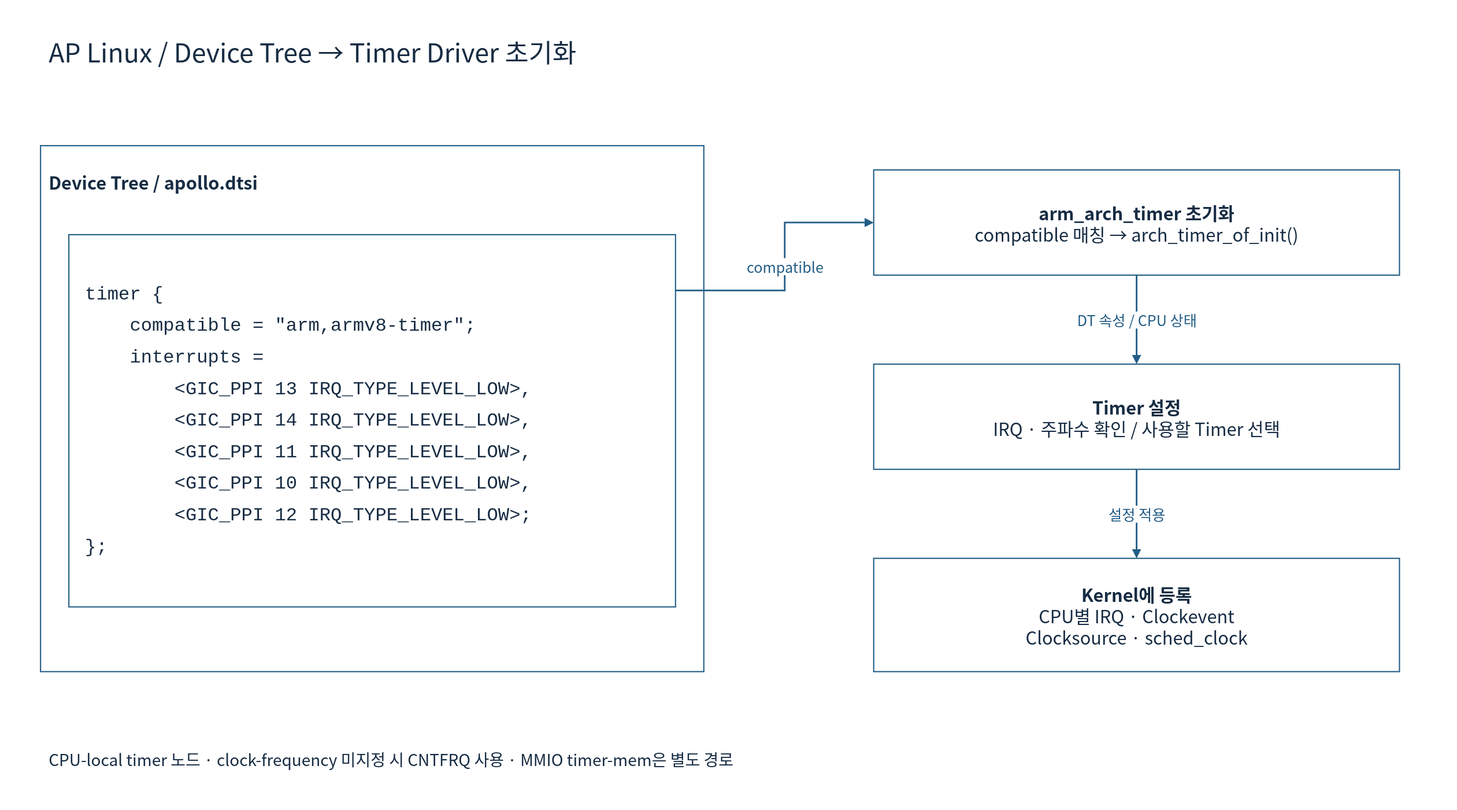
Earlier version of the draw.io export doc/phase1/timer/diagrams/08b-linux-dt-init.drawio.svg (cometzero/project-apollo). Source tidied: cells renumbered, new cells last; positions are measured from the earlier drawing's top-left corner, leaving out a move shared by most shapes. The source it was exported from:
```xml
<mxGraphModel background="#FFFFFF">
  <root>
    <mxCell id="0" />
    <mxCell id="1" parent="0" />
    <mxCell id="2" style="rounded=0;whiteSpace=wrap;html=1;fillColor=#FFFFFF;strokeColor=none;strokeWidth=1.5;fontColor=#172C43;fontFamily=Noto Sans CJK KR;fontSize=22;spacing=10;" parent="1" vertex="1">
      <mxGeometry width="1800" height="1000" as="geometry" />
    </mxCell>
    <mxCell id="3" value="AP Linux / Device Tree → Timer Driver 초기화" style="rounded=0;whiteSpace=wrap;html=1;fillColor=#FFFFFF;strokeColor=none;strokeWidth=1.5;fontColor=#172C43;fontFamily=Noto Sans CJK KR;fontSize=22;spacing=10;fontSize=32;align=left;" parent="1" vertex="1">
      <mxGeometry x="50" y="30" width="1700" height="65" as="geometry" />
    </mxCell>
    <mxCell id="4" value="Device Tree / apollo.dtsi" style="rounded=0;whiteSpace=wrap;html=1;fillColor=#FFFFFF;strokeColor=#235D86;strokeWidth=1.5;fontColor=#172C43;fontFamily=Noto Sans CJK KR;fontSize=22;spacing=10;verticalAlign=top;fontStyle=1;spacingTop=16;align=left;" parent="1" vertex="1">
      <mxGeometry x="50" y="180" width="820" height="650" as="geometry" />
    </mxCell>
    <mxCell id="5" value="&lt;pre style=&quot;margin:0;font-family:monospace;line-height:1.7;&quot;&gt;timer {&#10;    compatible = &amp;quot;arm,armv8-timer&amp;quot;;&#10;    interrupts =&#10;        &amp;lt;GIC_PPI 13 IRQ_TYPE_LEVEL_LOW&amp;gt;,&#10;        &amp;lt;GIC_PPI 14 IRQ_TYPE_LEVEL_LOW&amp;gt;,&#10;        &amp;lt;GIC_PPI 11 IRQ_TYPE_LEVEL_LOW&amp;gt;,&#10;        &amp;lt;GIC_PPI 10 IRQ_TYPE_LEVEL_LOW&amp;gt;,&#10;        &amp;lt;GIC_PPI 12 IRQ_TYPE_LEVEL_LOW&amp;gt;;&#10;};&lt;/pre&gt;" style="rounded=0;whiteSpace=wrap;html=1;fillColor=#FFFFFF;strokeColor=#235D86;strokeWidth=1.5;fontColor=#172C43;fontFamily=Noto Sans CJK KR;fontSize=22;spacing=10;align=left;fontSize=23;spacing=20;" parent="4" vertex="1">
      <mxGeometry x="35" y="110" width="750" height="460" as="geometry" />
    </mxCell>
    <mxCell id="6" value="&lt;b&gt;arm_arch_timer 초기화&lt;/b&gt;&lt;br&gt;compatible 매칭 → arch_timer_of_init()" style="rounded=0;whiteSpace=wrap;html=1;fillColor=#FFFFFF;strokeColor=#235D86;strokeWidth=1.5;fontColor=#172C43;fontFamily=Noto Sans CJK KR;fontSize=22;spacing=10;" parent="1" vertex="1">
      <mxGeometry x="1080" y="210" width="650" height="130" as="geometry" />
    </mxCell>
    <mxCell id="7" value="&lt;b&gt;Timer 설정&lt;/b&gt;&lt;br&gt;IRQ · 주파수 확인 / 사용할 Timer 선택" style="rounded=0;whiteSpace=wrap;html=1;fillColor=#FFFFFF;strokeColor=#235D86;strokeWidth=1.5;fontColor=#172C43;fontFamily=Noto Sans CJK KR;fontSize=22;spacing=10;" parent="1" vertex="1">
      <mxGeometry x="1080" y="450" width="650" height="130" as="geometry" />
    </mxCell>
    <mxCell id="8" value="&lt;b&gt;Kernel에 등록&lt;/b&gt;&lt;br&gt;CPU별 IRQ · Clockevent&lt;br&gt;Clocksource · sched_clock" style="rounded=0;whiteSpace=wrap;html=1;fillColor=#FFFFFF;strokeColor=#235D86;strokeWidth=1.5;fontColor=#172C43;fontFamily=Noto Sans CJK KR;fontSize=22;spacing=10;" parent="1" vertex="1">
      <mxGeometry x="1080" y="690" width="650" height="140" as="geometry" />
    </mxCell>
    <mxCell id="9" value="compatible" style="edgeStyle=orthogonalEdgeStyle;rounded=0;html=1;endArrow=block;endFill=1;strokeWidth=2;strokeColor=#235D86;fontColor=#235D86;fontFamily=Noto Sans CJK KR;fontSize=18;labelBackgroundColor=#FFFFFF;exitX=1;exitY=0.15;entryX=0;entryY=0.5;" parent="1" edge="1" source="5" target="6">
      <mxGeometry relative="1" as="geometry">
        <Array as="points">
          <mxPoint x="970" y="359" />
          <mxPoint x="970" y="275" />
        </Array>
      </mxGeometry>
    </mxCell>
    <mxCell id="10" value="DT 속성 / CPU 상태" style="edgeStyle=orthogonalEdgeStyle;rounded=0;html=1;endArrow=block;endFill=1;strokeWidth=2;strokeColor=#235D86;fontColor=#235D86;fontFamily=Noto Sans CJK KR;fontSize=18;labelBackgroundColor=#FFFFFF;exitX=0.5;exitY=1;entryX=0.5;entryY=0;" parent="1" edge="1" source="6" target="7">
      <mxGeometry relative="1" as="geometry" />
    </mxCell>
    <mxCell id="11" value="설정 적용" style="edgeStyle=orthogonalEdgeStyle;rounded=0;html=1;endArrow=block;endFill=1;strokeWidth=2;strokeColor=#235D86;fontColor=#235D86;fontFamily=Noto Sans CJK KR;fontSize=18;labelBackgroundColor=#FFFFFF;exitX=0.5;exitY=1;entryX=0.5;entryY=0;" parent="1" edge="1" source="7" target="8">
      <mxGeometry relative="1" as="geometry" />
    </mxCell>
    <mxCell id="12" value="CPU-local timer 노드 · clock-frequency 미지정 시 CNTFRQ 사용 · MMIO timer-mem은 별도 경로" style="rounded=0;whiteSpace=wrap;html=1;fillColor=#FFFFFF;strokeColor=none;strokeWidth=1.5;fontColor=#172C43;fontFamily=Noto Sans CJK KR;fontSize=22;spacing=10;fontSize=20;align=left;" parent="1" vertex="1">
      <mxGeometry x="50" y="910" width="1700" height="55" as="geometry" />
    </mxCell>
  </root>
</mxGraphModel>
```
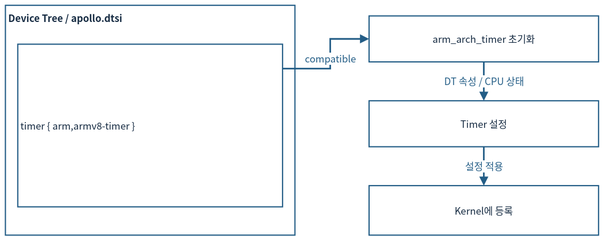
The same file after the commit.

What changed in the source:
```diff
@@ -2,43 +2,34 @@
   <root>
     <mxCell id="0" />
     <mxCell id="1" parent="0" />
-    <mxCell id="2" style="rounded=0;whiteSpace=wrap;html=1;fillColor=#FFFFFF;strokeColor=none;strokeWidth=1.5;fontColor=#172C43;fontFamily=Noto Sans CJK KR;fontSize=22;spacing=10;" parent="1" vertex="1">
-      <mxGeometry width="1800" height="1000" as="geometry" />
-    </mxCell>
-    <mxCell id="3" value="AP Linux / Device Tree → Timer Driver 초기화" style="rounded=0;whiteSpace=wrap;html=1;fillColor=#FFFFFF;strokeColor=none;strokeWidth=1.5;fontColor=#172C43;fontFamily=Noto Sans CJK KR;fontSize=22;spacing=10;fontSize=32;align=left;" parent="1" vertex="1">
-      <mxGeometry x="50" y="30" width="1700" height="65" as="geometry" />
-    </mxCell>
-    <mxCell id="4" value="Device Tree / apollo.dtsi" style="rounded=0;whiteSpace=wrap;html=1;fillColor=#FFFFFF;strokeColor=#235D86;strokeWidth=1.5;fontColor=#172C43;fontFamily=Noto Sans CJK KR;fontSize=22;spacing=10;verticalAlign=top;fontStyle=1;spacingTop=16;align=left;" parent="1" vertex="1">
-      <mxGeometry x="50" y="180" width="820" height="650" as="geometry" />
+    <mxCell id="4" value="Device Tree / apollo.dtsi" style="rounded=0;whiteSpace=wrap;html=1;fillColor=#FFFFFF;strokeColor=#235D86;strokeWidth=1.5;fontColor=#172C43;fontFamily=Noto Sans CJK KR;verticalAlign=top;fontStyle=1;align=left;fontSize=12;spacing=3;whiteSpace=wrap;" parent="1" vertex="1">
+      <mxGeometry x="18.6" y="42.6" width="358" height="283.8" as="geometry" />
     </mxCell>
-    <mxCell id="5" value="&lt;pre style=&quot;margin:0;font-family:monospace;line-height:1.7;&quot;&gt;timer {&#10;    compatible = &amp;quot;arm,armv8-timer&amp;quot;;&#10;    interrupts =&#10;        &amp;lt;GIC_PPI 13 IRQ_TYPE_LEVEL_LOW&amp;gt;,&#10;        &amp;lt;GIC_PPI 14 IRQ_TYPE_LEVEL_LOW&amp;gt;,&#10;        &amp;lt;GIC_PPI 11 IRQ_TYPE_LEVEL_LOW&amp;gt;,&#10;        &amp;lt;GIC_PPI 10 IRQ_TYPE_LEVEL_LOW&amp;gt;,&#10;        &amp;lt;GIC_PPI 12 IRQ_TYPE_LEVEL_LOW&amp;gt;;&#10;};&lt;/pre&gt;" style="rounded=0;whiteSpace=wrap;html=1;fillColor=#FFFFFF;strokeColor=#235D86;strokeWidth=1.5;fontColor=#172C43;fontFamily=Noto Sans CJK KR;fontSize=22;spacing=10;align=left;fontSize=23;spacing=20;" parent="4" vertex="1">
-      <mxGeometry x="35" y="110" width="750" height="460" as="geometry" />
+    <mxCell id="5" value="timer { arm,armv8-timer }" style="rounded=0;whiteSpace=wrap;html=1;fillColor=#FFFFFF;strokeColor=#235D86;strokeWidth=1.5;fontColor=#172C43;fontFamily=Noto Sans CJK KR;align=left;fontSize=12;spacing=3;whiteSpace=wrap;" parent="4" vertex="1">
+      <mxGeometry x="15.3" y="48" width="327.4" height="200.8" as="geometry" />
     </mxCell>
-    <mxCell id="6" value="&lt;b&gt;arm_arch_timer 초기화&lt;/b&gt;&lt;br&gt;compatible 매칭 → arch_timer_of_init()" style="rounded=0;whiteSpace=wrap;html=1;fillColor=#FFFFFF;strokeColor=#235D86;strokeWidth=1.5;fontColor=#172C43;fontFamily=Noto Sans CJK KR;fontSize=22;spacing=10;" parent="1" vertex="1">
-      <mxGeometry x="1080" y="210" width="650" height="130" as="geometry" />
+    <mxCell id="6" value="arm_arch_timer 초기화" style="rounded=0;whiteSpace=wrap;html=1;fillColor=#FFFFFF;strokeColor=#235D86;strokeWidth=1.5;fontColor=#172C43;fontFamily=Noto Sans CJK KR;fontSize=12;spacing=3;whiteSpace=wrap;" parent="1" vertex="1">
+      <mxGeometry x="468.2" y="55.7" width="283.8" height="56.8" as="geometry" />
     </mxCell>
-    <mxCell id="7" value="&lt;b&gt;Timer 설정&lt;/b&gt;&lt;br&gt;IRQ · 주파수 확인 / 사용할 Timer 선택" style="rounded=0;whiteSpace=wrap;html=1;fillColor=#FFFFFF;strokeColor=#235D86;strokeWidth=1.5;fontColor=#172C43;fontFamily=Noto Sans CJK KR;fontSize=22;spacing=10;" parent="1" vertex="1">
-      <mxGeometry x="1080" y="450" width="650" height="130" as="geometry" />
+    <mxCell id="7" value="Timer 설정" style="rounded=0;whiteSpace=wrap;html=1;fillColor=#FFFFFF;strokeColor=#235D86;strokeWidth=1.5;fontColor=#172C43;fontFamily=Noto Sans CJK KR;fontSize=12;spacing=3;whiteSpace=wrap;" parent="1" vertex="1">
+      <mxGeometry x="468.2" y="160.4" width="283.8" height="56.8" as="geometry" />
     </mxCell>
-    <mxCell id="8" value="&lt;b&gt;Kernel에 등록&lt;/b&gt;&lt;br&gt;CPU별 IRQ · Clockevent&lt;br&gt;Clocksource · sched_clock" style="rounded=0;whiteSpace=wrap;html=1;fillColor=#FFFFFF;strokeColor=#235D86;strokeWidth=1.5;fontColor=#172C43;fontFamily=Noto Sans CJK KR;fontSize=22;spacing=10;" parent="1" vertex="1">
-      <mxGeometry x="1080" y="690" width="650" height="140" as="geometry" />
+    <mxCell id="8" value="Kernel에 등록" style="rounded=0;whiteSpace=wrap;html=1;fillColor=#FFFFFF;strokeColor=#235D86;strokeWidth=1.5;fontColor=#172C43;fontFamily=Noto Sans CJK KR;fontSize=12;spacing=3;whiteSpace=wrap;" parent="1" vertex="1">
+      <mxGeometry x="468.2" y="265.2" width="283.8" height="61.1" as="geometry" />
     </mxCell>
-    <mxCell id="9" value="compatible" style="edgeStyle=orthogonalEdgeStyle;rounded=0;html=1;endArrow=block;endFill=1;strokeWidth=2;strokeColor=#235D86;fontColor=#235D86;fontFamily=Noto Sans CJK KR;fontSize=18;labelBackgroundColor=#FFFFFF;exitX=1;exitY=0.15;entryX=0;entryY=0.5;" parent="1" edge="1" source="5" target="6">
+    <mxCell id="9" value="compatible" style="edgeStyle=orthogonalEdgeStyle;rounded=0;html=1;endArrow=block;endFill=1;strokeWidth=2;strokeColor=#235D86;fontColor=#235D86;fontFamily=Noto Sans CJK KR;labelBackgroundColor=#FFFFFF;exitX=1;exitY=0.15;entryX=0;entryY=0.5;fontSize=12;spacing=3;whiteSpace=nowrap;" parent="1" edge="1" source="5" target="6">
       <mxGeometry relative="1" as="geometry">
         <Array as="points">
-          <mxPoint x="970" y="359" />
-          <mxPoint x="970" y="275" />
+          <mxPoint x="420.2" y="120.7" />
+          <mxPoint x="420.2" y="84" />
         </Array>
       </mxGeometry>
     </mxCell>
-    <mxCell id="10" value="DT 속성 / CPU 상태" style="edgeStyle=orthogonalEdgeStyle;rounded=0;html=1;endArrow=block;endFill=1;strokeWidth=2;strokeColor=#235D86;fontColor=#235D86;fontFamily=Noto Sans CJK KR;fontSize=18;labelBackgroundColor=#FFFFFF;exitX=0.5;exitY=1;entryX=0.5;entryY=0;" parent="1" edge="1" source="6" target="7">
+    <mxCell id="10" value="DT 속성 / CPU 상태" style="edgeStyle=orthogonalEdgeStyle;rounded=0;html=1;endArrow=block;endFill=1;strokeWidth=2;strokeColor=#235D86;fontColor=#235D86;fontFamily=Noto Sans CJK KR;labelBackgroundColor=#FFFFFF;exitX=0.5;exitY=1;entryX=0.5;entryY=0;fontSize=12;spacing=3;whiteSpace=nowrap;" parent="1" edge="1" source="6" target="7">
       <mxGeometry relative="1" as="geometry" />
     </mxCell>
-    <mxCell id="11" value="설정 적용" style="edgeStyle=orthogonalEdgeStyle;rounded=0;html=1;endArrow=block;endFill=1;strokeWidth=2;strokeColor=#235D86;fontColor=#235D86;fontFamily=Noto Sans CJK KR;fontSize=18;labelBackgroundColor=#FFFFFF;exitX=0.5;exitY=1;entryX=0.5;entryY=0;" parent="1" edge="1" source="7" target="8">
+    <mxCell id="11" value="설정 적용" style="edgeStyle=orthogonalEdgeStyle;rounded=0;html=1;endArrow=block;endFill=1;strokeWidth=2;strokeColor=#235D86;fontColor=#235D86;fontFamily=Noto Sans CJK KR;labelBackgroundColor=#FFFFFF;exitX=0.5;exitY=1;entryX=0.5;entryY=0;fontSize=12;spacing=3;whiteSpace=nowrap;" parent="1" edge="1" source="7" target="8">
       <mxGeometry relative="1" as="geometry" />
     </mxCell>
-    <mxCell id="12" value="CPU-local timer 노드 · clock-frequency 미지정 시 CNTFRQ 사용 · MMIO timer-mem은 별도 경로" style="rounded=0;whiteSpace=wrap;html=1;fillColor=#FFFFFF;strokeColor=none;strokeWidth=1.5;fontColor=#172C43;fontFamily=Noto Sans CJK KR;fontSize=22;spacing=10;fontSize=20;align=left;" parent="1" vertex="1">
-      <mxGeometry x="50" y="910" width="1700" height="55" as="geometry" />
-    </mxCell>
   </root>
 </mxGraphModel>
```
